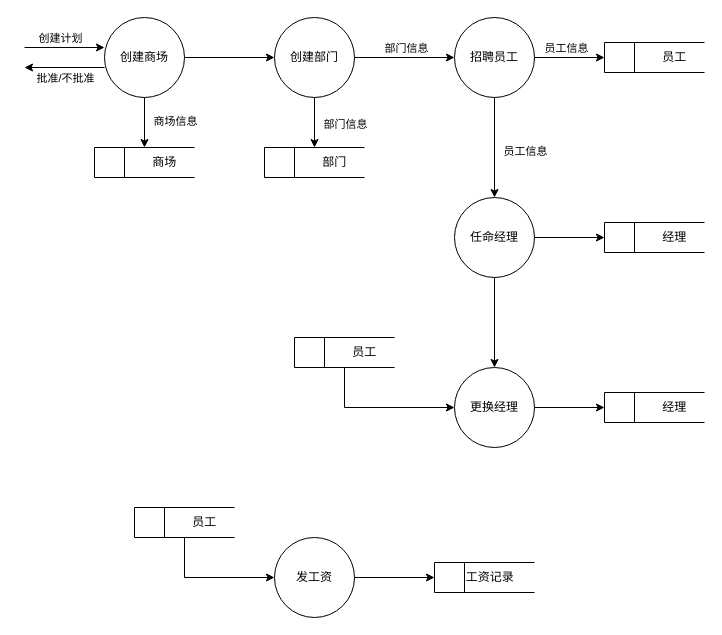
Earlier version of the draw.io diagram shopping_data_flow.drawio (ArronVague/Database-Systems-Laboratory). Source tidied: cells renumbered, new cells numbered last; positions are measured from the earlier drawing's top-left corner, leaving out a move shared by most shapes. Both pictures are drawn from the tidied source at 100%, with x=0, y=0 at pixel (24, 17).
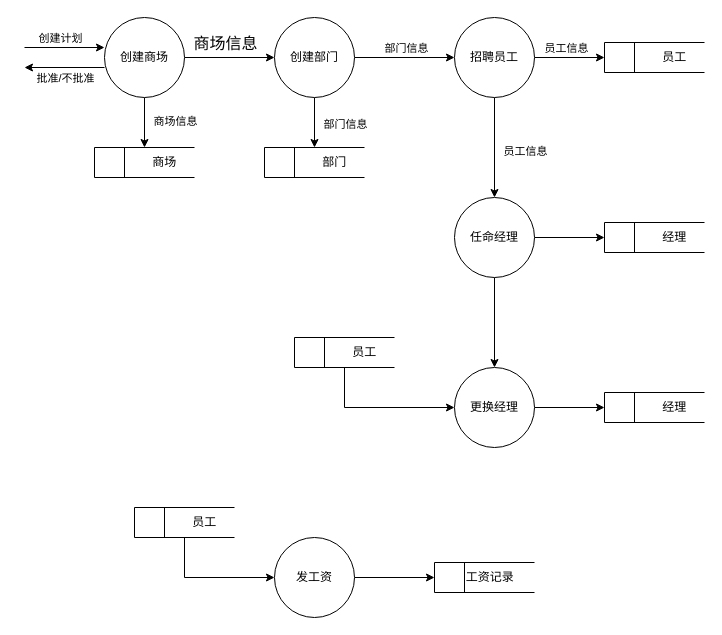
Above is the later version.

Unchanged cells that the change refers to:
```xml
<mxCell id="2" style="edgeStyle=orthogonalEdgeStyle;rounded=0;jettySize=auto;html=1;exitX=1;exitY=0.5;exitDx=0;exitDy=0;entryX=0;entryY=0.5;entryDx=0;entryDy=0;" parent="1" edge="1" source="5" target="10">
  <mxGeometry relative="1" as="geometry" />
</mxCell>
```

Change to the diagram source:
```diff
@@
+    <mxCell id="37" value="商场信息" style="edgeLabel;html=1;align=center;verticalAlign=middle;fontSize=16;" parent="2" vertex="1">
+      <mxGeometry x="-0.22" y="-1" relative="1" as="geometry">
+        <mxPoint x="5" y="-16" as="offset" />
+      </mxGeometry>
+    </mxCell>
```
